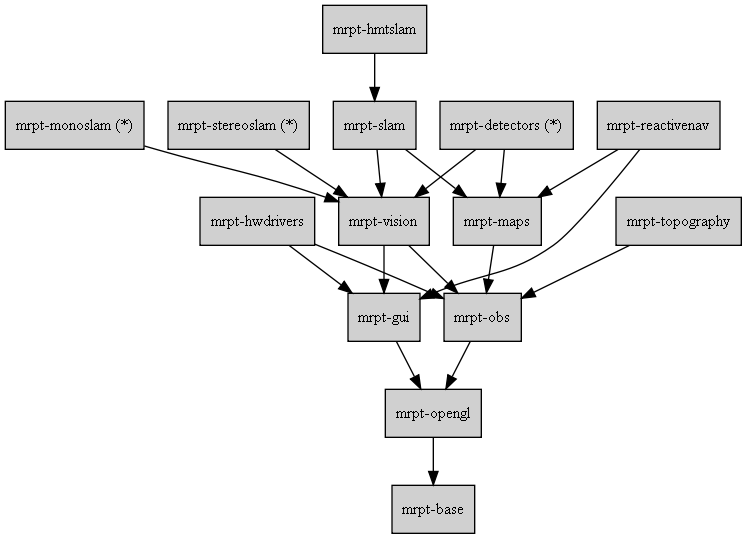
MRPT/mrpt keeps this Graphviz diagram as doc/design_of_images/graph_mrpt_libs.png. Above is the earlier version. Its source is kept beside it as doc/design_of_images/graph_mrpt_libs.dot.
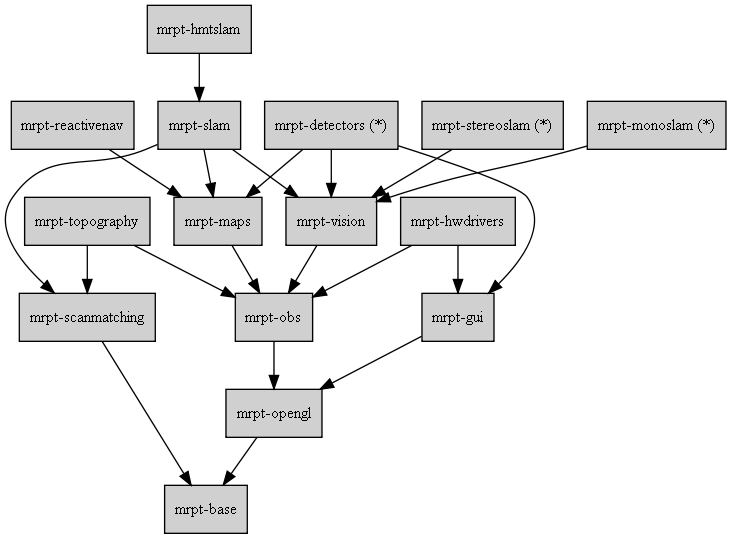
Above is the later version.

What changed in the source:
```diff
@@ -10,6 +10,7 @@
 	topography 	[label="mrpt-topography",URL="mrpt-topography.html"];
 	maps 		[label="mrpt-maps",URL="mrpt-maps.html"];
 	vision 		[label="mrpt-vision",URL="mrpt-vision.html"];
+	scanmatching 		[label="mrpt-scanmatching",URL="mrpt-scanmatching.html"];
 
 	slam 		[label="mrpt-slam",URL="mrpt-slam.html"];
 
@@ -21,6 +22,8 @@
 	detectors	[label="mrpt-detectors (*)",URL="mrpt-detectors.html"];
 
 
+	scanmatching -> base;
+
 	opengl -> base;
 
 	obs -> opengl;
@@ -31,17 +34,19 @@
 	hwdrivers -> obs;
 
 	topography -> obs;
+	topography -> scanmatching;
 
 	vision -> obs;
-	vision -> gui;
 
 	maps -> obs;
 
 	slam -> maps;
 	slam -> vision;
+	slam -> scanmatching;
 
 	detectors -> vision;
 	detectors -> maps;
+	detectors -> gui;
 
 	hmtslam -> slam;
 
@@ -50,5 +55,4 @@
 	stereoslam -> vision;
 
 	reactivenav -> maps;
-	reactivenav -> gui;
 }
```
